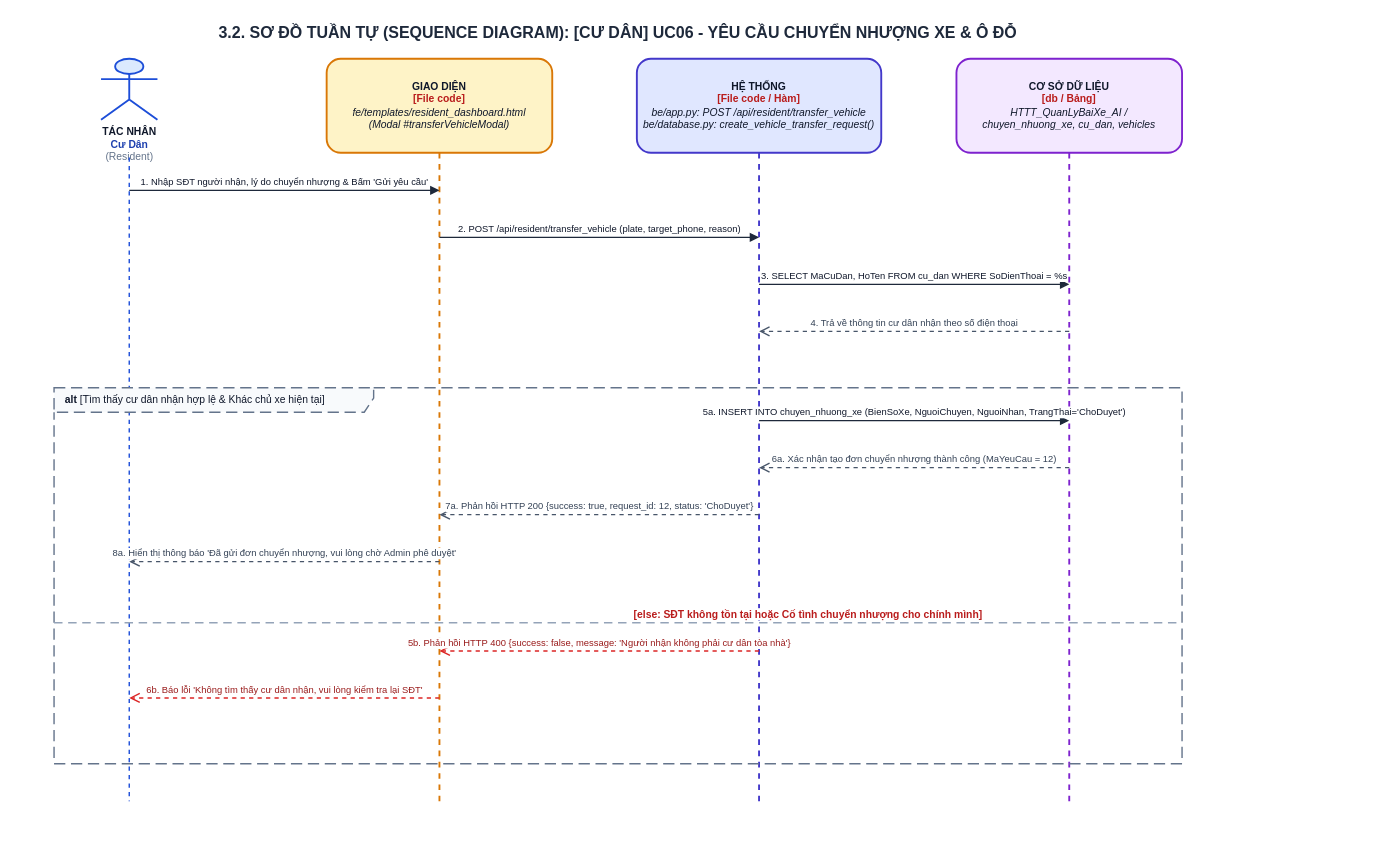
The draw.io diagram ongthanquoctruong_24CT2_cnpm/docs/drawio/uc06_resident_transfer_request.drawio in Truong027/CNPM24, before the edit. Source tidied: cells renumbered, new cells numbered last; positions are measured from the earlier drawing's top-left corner, leaving out a move shared by most shapes. Both pictures are drawn from the tidied source at 94%, with x=0, y=0 at pixel (16, 16).
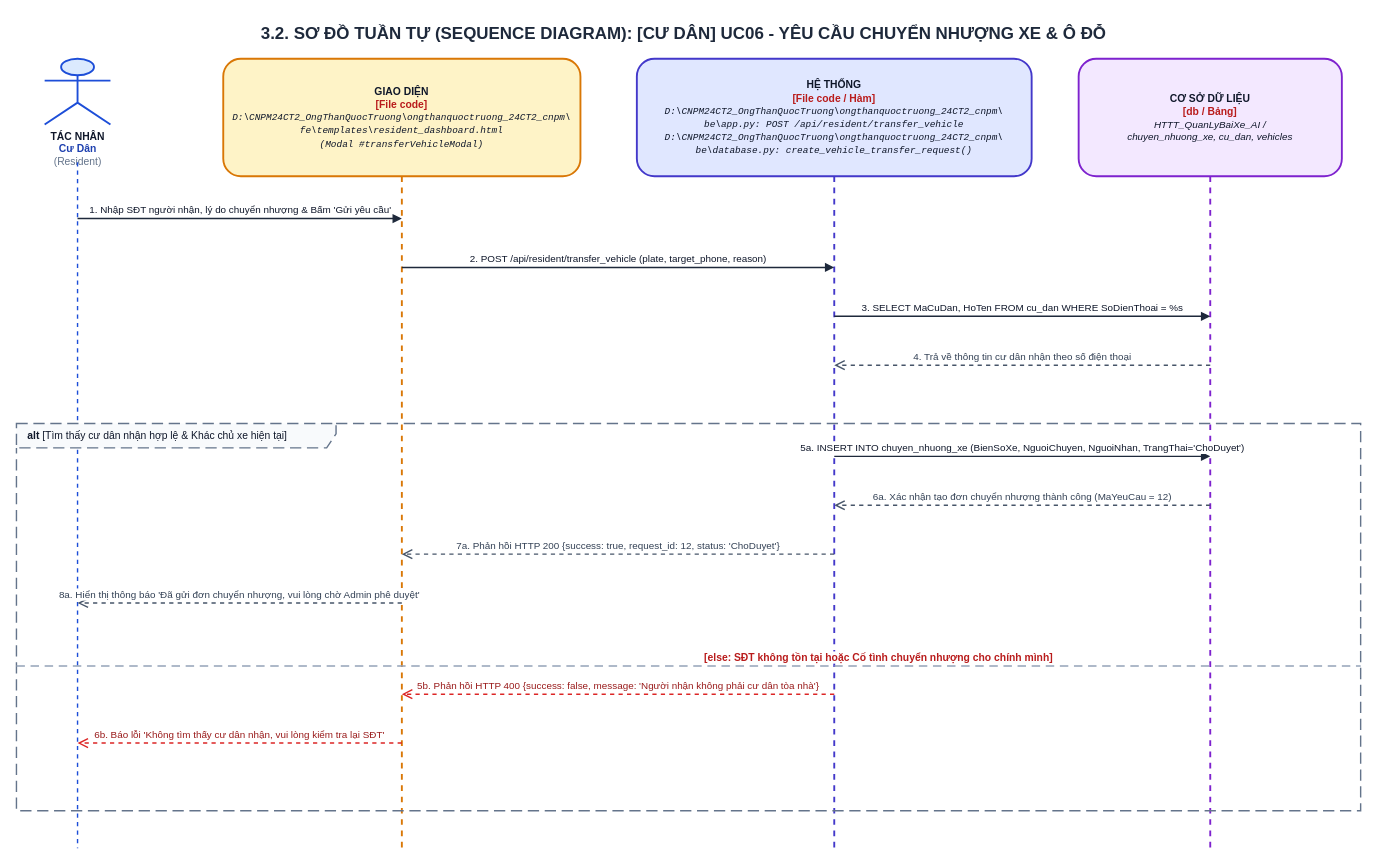
Above is the later version.

What changed in the source:
```diff
@@
-    <mxCell id="2" value="&lt;b&gt;3.2. SƠ ĐỒ TUẦN TỰ (SEQUENCE DIAGRAM): [CƯ DÂN] UC06 - YÊU CẦU CHUYỂN NHƯỢNG XE &amp; Ô ĐỖ&lt;/b&gt;" style="text;html=1;strokeColor=none;fillColor=none;align=center;verticalAlign=middle;whiteSpace=wrap;rounded=0;fontSize=17;fontColor=#1E293B;fontStyle=1;" parent="1" vertex="1">
-      <mxGeometry width="1280" height="35" as="geometry" />
+    <mxCell id="2" value="&lt;b&gt;3.2. SƠ ĐỒ TUẦN TỰ (SEQUENCE DIAGRAM): [CƯ DÂN] UC06 - YÊU CẦU CHUYỂN NHƯỢNG XE &amp; Ô ĐỖ&lt;/b&gt;" style="text;html=1;strokeColor=none;fillColor=none;align=center;verticalAlign=middle;whiteSpace=wrap;rounded=0;fontSize=18;fontColor=#1E293B;fontStyle=1;" parent="1" vertex="1">
+      <mxGeometry width="1420" height="35" as="geometry" />
     </mxCell>
     <mxCell id="3" value="&lt;b&gt;TÁC NHÂN&lt;/b&gt;&lt;br/&gt;&lt;font color='#1E40AF'&gt;&lt;b&gt;Cư Dân&lt;/b&gt;&lt;/font&gt;&lt;br/&gt;&lt;font color='#64748B'&gt;(Resident)&lt;/font&gt;" style="shape=umlActor;verticalLabelPosition=bottom;verticalAlign=top;html=1;fillColor=#DBEAFE;strokeColor=#1D4ED8;strokeWidth=2;fontSize=11;fontColor=#0F172A;align=center;" parent="1" vertex="1">
-      <mxGeometry x="90" y="45" width="60" height="65" as="geometry" />
+      <mxGeometry x="30" y="45" width="70" height="70" as="geometry" />
     </mxCell>
     <mxCell id="4" style="endArrow=none;dashed=1;html=1;strokeWidth=1.5;strokeColor=#1D4ED8;" parent="1" edge="1">
       <mxGeometry relative="1" as="geometry">
-        <mxPoint x="120" y="150" as="sourcePoint" />
-        <mxPoint x="120" y="835" as="targetPoint" />
+        <mxPoint x="65" y="155" as="sourcePoint" />
+        <mxPoint x="65" y="885" as="targetPoint" />
       </mxGeometry>
     </mxCell>
-    <mxCell id="5" value="&lt;b&gt;GIAO DIỆN&lt;/b&gt;&lt;br/&gt;&lt;font color='#B91C1C'&gt;&lt;b&gt;[File code]&lt;/b&gt;&lt;/font&gt;&lt;br/&gt;&lt;i&gt;fe/templates/resident_dashboard.html&lt;br/&gt;(Modal #transferVehicleModal)&lt;/i&gt;" style="shape=umlLifeline;perimeter=lifelinePerimeter;whiteSpace=wrap;html=1;size=100;fillColor=#FEF3C7;strokeColor=#D97706;strokeWidth=2;fontColor=#0F172A;rounded=1;shadow=0;fontSize=11;align=center;" parent="1" vertex="1">
-      <mxGeometry x="330" y="45" width="240" height="790" as="geometry" />
+    <mxCell id="5" value="&lt;b&gt;GIAO DIỆN&lt;/b&gt;&lt;br/&gt;&lt;font color='#B91C1C'&gt;&lt;b&gt;[File code]&lt;/b&gt;&lt;/font&gt;&lt;br/&gt;&lt;font style='font-size: 10px; font-family: Consolas, monospace;'&gt;&lt;i&gt;D:\CNPM24CT2_OngThanQuocTruong\ongthanquoctruong_24CT2_cnpm\&lt;br/&gt;fe\templates\resident_dashboard.html&lt;br/&gt;(Modal #transferVehicleModal)&lt;/i&gt;&lt;/font&gt;" style="shape=umlLifeline;perimeter=lifelinePerimeter;whiteSpace=wrap;html=1;size=125;fillColor=#FEF3C7;strokeColor=#D97706;strokeWidth=2;fontColor=#0F172A;rounded=1;shadow=0;fontSize=11;align=center;" parent="1" vertex="1">
+      <mxGeometry x="220" y="45" width="380" height="840" as="geometry" />
     </mxCell>
-    <mxCell id="6" value="&lt;b&gt;HỆ THỐNG&lt;/b&gt;&lt;br/&gt;&lt;font color='#B91C1C'&gt;&lt;b&gt;[File code / Hàm]&lt;/b&gt;&lt;/font&gt;&lt;br/&gt;&lt;i&gt;be/app.py: POST /api/resident/transfer_vehicle&lt;br/&gt;be/database.py: create_vehicle_transfer_request()&lt;/i&gt;" style="shape=umlLifeline;perimeter=lifelinePerimeter;whiteSpace=wrap;html=1;size=100;fillColor=#E0E7FF;strokeColor=#4338CA;strokeWidth=2;fontColor=#0F172A;rounded=1;shadow=0;fontSize=11;align=center;" parent="1" vertex="1">
-      <mxGeometry x="660" y="45" width="260" height="790" as="geometry" />
+    <mxCell id="6" value="&lt;b&gt;HỆ THỐNG&lt;/b&gt;&lt;br/&gt;&lt;font color='#B91C1C'&gt;&lt;b&gt;[File code / Hàm]&lt;/b&gt;&lt;/font&gt;&lt;br/&gt;&lt;font style='font-size: 10px; font-family: Consolas, monospace;'&gt;&lt;i&gt;D:\CNPM24CT2_OngThanQuocTruong\ongthanquoctruong_24CT2_cnpm\&lt;br/&gt;be\app.py: POST /api/resident/transfer_vehicle&lt;br/&gt;D:\CNPM24CT2_OngThanQuocTruong\ongthanquoctruong_24CT2_cnpm\&lt;br/&gt;be\database.py: create_vehicle_transfer_request()&lt;/i&gt;&lt;/font&gt;" style="shape=umlLifeline;perimeter=lifelinePerimeter;whiteSpace=wrap;html=1;size=125;fillColor=#E0E7FF;strokeColor=#4338CA;strokeWidth=2;fontColor=#0F172A;rounded=1;shadow=0;fontSize=11;align=center;" parent="1" vertex="1">
+      <mxGeometry x="660" y="45" width="420" height="840" as="geometry" />
     </mxCell>
-    <mxCell id="7" value="&lt;b&gt;CƠ SỞ DỮ LIỆU&lt;/b&gt;&lt;br/&gt;&lt;font color='#B91C1C'&gt;&lt;b&gt;[db / Bảng]&lt;/b&gt;&lt;/font&gt;&lt;br/&gt;&lt;i&gt;HTTT_QuanLyBaiXe_AI /&lt;br/&gt;chuyen_nhuong_xe, cu_dan, vehicles&lt;/i&gt;" style="shape=umlLifeline;perimeter=lifelinePerimeter;whiteSpace=wrap;html=1;size=100;fillColor=#F3E8FF;strokeColor=#7E22CE;strokeWidth=2;fontColor=#0F172A;rounded=1;shadow=0;fontSize=11;align=center;" parent="1" vertex="1">
-      <mxGeometry x="1000" y="45" width="240" height="790" as="geometry" />
+    <mxCell id="7" value="&lt;b&gt;CƠ SỞ DỮ LIỆU&lt;/b&gt;&lt;br/&gt;&lt;font color='#B91C1C'&gt;&lt;b&gt;[db / Bảng]&lt;/b&gt;&lt;/font&gt;&lt;br/&gt;&lt;font style='font-size: 10.5px;'&gt;&lt;i&gt;HTTT_QuanLyBaiXe_AI /&lt;br/&gt;chuyen_nhuong_xe, cu_dan, vehicles&lt;/i&gt;&lt;/font&gt;" style="shape=umlLifeline;perimeter=lifelinePerimeter;whiteSpace=wrap;html=1;size=125;fillColor=#F3E8FF;strokeColor=#7E22CE;strokeWidth=2;fontColor=#0F172A;rounded=1;shadow=0;fontSize=11;align=center;" parent="1" vertex="1">
+      <mxGeometry x="1130" y="45" width="280" height="840" as="geometry" />
     </mxCell>
-    <mxCell id="8" value="1. Nhập SĐT người nhận, lý do chuyển nhượng &amp; Bấm 'Gửi yêu cầu'" style="html=1;verticalAlign=bottom;endArrow=block;rounded=0;strokeColor=#1E293B;strokeWidth=1.5;fontColor=#0F172A;fontSize=10;" parent="1" edge="1">
+    <mxCell id="8" value="1. Nhập SĐT người nhận, lý do chuyển nhượng &amp; Bấm 'Gửi yêu cầu'" style="html=1;verticalAlign=bottom;endArrow=block;rounded=0;strokeColor=#1E293B;strokeWidth=1.5;fontColor=#0F172A;fontSize=10.5;" parent="1" edge="1">
       <mxGeometry relative="1" as="geometry">
-        <mxPoint x="120" y="185" as="sourcePoint" />
-        <mxPoint x="450" y="185" as="targetPoint" />
+        <mxPoint x="65" y="215" as="sourcePoint" />
+        <mxPoint x="410" y="215" as="targetPoint" />
       </mxGeometry>
     </mxCell>
-    <mxCell id="9" value="2. POST /api/resident/transfer_vehicle (plate, target_phone, reason)" style="html=1;verticalAlign=bottom;endArrow=block;rounded=0;strokeColor=#1E293B;strokeWidth=1.5;fontColor=#0F172A;fontSize=10;" parent="1" edge="1">
+    <mxCell id="9" value="2. POST /api/resident/transfer_vehicle (plate, target_phone, reason)" style="html=1;verticalAlign=bottom;endArrow=block;rounded=0;strokeColor=#1E293B;strokeWidth=1.5;fontColor=#0F172A;fontSize=10.5;" parent="1" edge="1">
       <mxGeometry relative="1" as="geometry">
-        <mxPoint x="450" y="235" as="sourcePoint" />
-        <mxPoint x="790" y="235" as="targetPoint" />
+        <mxPoint x="410" y="267" as="sourcePoint" />
+        <mxPoint x="870" y="267" as="targetPoint" />
       </mxGeometry>
     </mxCell>
-    <mxCell id="10" value="3. SELECT MaCuDan, HoTen FROM cu_dan WHERE SoDienThoai = %s" style="html=1;verticalAlign=bottom;endArrow=block;rounded=0;strokeColor=#1E293B;strokeWidth=1.5;fontColor=#0F172A;fontSize=10;" parent="1" edge="1">
+    <mxCell id="10" value="3. SELECT MaCuDan, HoTen FROM cu_dan WHERE SoDienThoai = %s" style="html=1;verticalAlign=bottom;endArrow=block;rounded=0;strokeColor=#1E293B;strokeWidth=1.5;fontColor=#0F172A;fontSize=10.5;" parent="1" edge="1">
       <mxGeometry relative="1" as="geometry">
-        <mxPoint x="790" y="285" as="sourcePoint" />
-        <mxPoint x="1120" y="285" as="targetPoint" />
+        <mxPoint x="870" y="319" as="sourcePoint" />
+        <mxPoint x="1270" y="319" as="targetPoint" />
       </mxGeometry>
     </mxCell>
-    <mxCell id="11" value="4. Trả về thông tin cư dân nhận theo số điện thoại" style="html=1;verticalAlign=bottom;endArrow=open;dashed=1;endSize=8;rounded=0;strokeColor=#475569;strokeWidth=1.5;fontColor=#334155;fontSize=10;" parent="1" edge="1">
+    <mxCell id="11" value="4. Trả về thông tin cư dân nhận theo số điện thoại" style="html=1;verticalAlign=bottom;endArrow=open;dashed=1;endSize=8;rounded=0;strokeColor=#475569;strokeWidth=1.5;fontColor=#334155;fontSize=10.5;" parent="1" edge="1">
       <mxGeometry relative="1" as="geometry">
-        <mxPoint x="1120" y="335" as="sourcePoint" />
-        <mxPoint x="790" y="335" as="targetPoint" />
+        <mxPoint x="1270" y="371" as="sourcePoint" />
+        <mxPoint x="870" y="371" as="targetPoint" />
       </mxGeometry>
     </mxCell>
     <mxCell id="12" value="&lt;b&gt;alt&lt;/b&gt; [Tìm thấy cư dân nhận hợp lệ &amp; Khác chủ xe hiện tại]" style="shape=umlFrame;whiteSpace=wrap;html=1;width=340;height=26;dashed=1;dashPattern=8 4;strokeColor=#64748B;fillColor=#F8FAFC;strokeWidth=1.5;align=left;spacingLeft=10;verticalAlign=top;fontStyle=0;fontSize=11;fontColor=#0F172A;" parent="1" vertex="1">
-      <mxGeometry x="40" y="395" width="1200" height="400" as="geometry" />
+      <mxGeometry y="433" width="1430" height="412" as="geometry" />
     </mxCell>
-    <mxCell id="13" value="5a. INSERT INTO chuyen_nhuong_xe (BienSoXe, NguoiChuyen, NguoiNhan, TrangThai='ChoDuyet')" style="html=1;verticalAlign=bottom;endArrow=block;rounded=0;strokeColor=#1E293B;strokeWidth=1.5;fontColor=#0F172A;fontSize=10;" parent="1" edge="1">
+    <mxCell id="13" value="5a. INSERT INTO chuyen_nhuong_xe (BienSoXe, NguoiChuyen, NguoiNhan, TrangThai='ChoDuyet')" style="html=1;verticalAlign=bottom;endArrow=block;rounded=0;strokeColor=#1E293B;strokeWidth=1.5;fontColor=#0F172A;fontSize=10.5;" parent="1" edge="1">
       <mxGeometry relative="1" as="geometry">
-        <mxPoint x="790" y="430" as="sourcePoint" />
-        <mxPoint x="1120" y="430" as="targetPoint" />
+        <mxPoint x="870" y="468" as="sourcePoint" />
+        <mxPoint x="1270" y="468" as="targetPoint" />
       </mxGeometry>
     </mxCell>
-    <mxCell id="14" value="6a. Xác nhận tạo đơn chuyển nhượng thành công (MaYeuCau = 12)" style="html=1;verticalAlign=bottom;endArrow=open;dashed=1;endSize=8;rounded=0;strokeColor=#475569;strokeWidth=1.5;fontColor=#334155;fontSize=10;" parent="1" edge="1">
+    <mxCell id="14" value="6a. Xác nhận tạo đơn chuyển nhượng thành công (MaYeuCau = 12)" style="html=1;verticalAlign=bottom;endArrow=open;dashed=1;endSize=8;rounded=0;strokeColor=#475569;strokeWidth=1.5;fontColor=#334155;fontSize=10.5;" parent="1" edge="1">
       <mxGeometry relative="1" as="geometry">
-        <mxPoint x="1120" y="480" as="sourcePoint" />
-        <mxPoint x="790" y="480" as="targetPoint" />
+        <mxPoint x="1270" y="520" as="sourcePoint" />
+        <mxPoint x="870" y="520" as="targetPoint" />
       </mxGeometry>
     </mxCell>
-    <mxCell id="15" value="7a. Phản hồi HTTP 200 {success: true, request_id: 12, status: 'ChoDuyet'}" style="html=1;verticalAlign=bottom;endArrow=open;dashed=1;endSize=8;rounded=0;strokeColor=#475569;strokeWidth=1.5;fontColor=#334155;fontSize=10;" parent="1" edge="1">
+    <mxCell id="15" value="7a. Phản hồi HTTP 200 {success: true, request_id: 12, status: 'ChoDuyet'}" style="html=1;verticalAlign=bottom;endArrow=open;dashed=1;endSize=8;rounded=0;strokeColor=#475569;strokeWidth=1.5;fontColor=#334155;fontSize=10.5;" parent="1" edge="1">
       <mxGeometry relative="1" as="geometry">
-        <mxPoint x="790" y="530" as="sourcePoint" />
-        <mxPoint x="450" y="530" as="targetPoint" />
+        <mxPoint x="870" y="572" as="sourcePoint" />
+        <mxPoint x="410" y="572" as="targetPoint" />
       </mxGeometry>
     </mxCell>
-    <mxCell id="16" value="8a. Hiển thị thông báo 'Đã gửi đơn chuyển nhượng, vui lòng chờ Admin phê duyệt'" style="html=1;verticalAlign=bottom;endArrow=open;dashed=1;endSize=8;rounded=0;strokeColor=#475569;strokeWidth=1.5;fontColor=#334155;fontSize=10;" parent="1" edge="1">
+    <mxCell id="16" value="8a. Hiển thị thông báo 'Đã gửi đơn chuyển nhượng, vui lòng chờ Admin phê duyệt'" style="html=1;verticalAlign=bottom;endArrow=open;dashed=1;endSize=8;rounded=0;strokeColor=#475569;strokeWidth=1.5;fontColor=#334155;fontSize=10.5;" parent="1" edge="1">
       <mxGeometry relative="1" as="geometry">
-        <mxPoint x="450" y="580" as="sourcePoint" />
-        <mxPoint x="120" y="580" as="targetPoint" />
+        <mxPoint x="410" y="624" as="sourcePoint" />
+        <mxPoint x="65" y="624" as="targetPoint" />
       </mxGeometry>
     </mxCell>
     <mxCell id="17" value="&lt;b&gt;[else: SĐT không tồn tại hoặc Cố tình chuyển nhượng cho chính mình]&lt;/b&gt;" style="html=1;strokeWidth=1.5;strokeColor=#94A3B8;dashed=1;dashPattern=6 4;endArrow=none;align=left;verticalAlign=bottom;spacingLeft=15;fontColor=#B91C1C;fontSize=11;fontStyle=0;" parent="1" edge="1">
       <mxGeometry relative="1" as="geometry">
-        <mxPoint x="40" y="645" as="sourcePoint" />
-        <mxPoint x="1240" y="645" as="targetPoint" />
+        <mxPoint y="691" as="sourcePoint" />
+        <mxPoint x="1430" y="691" as="targetPoint" />
       </mxGeometry>
     </mxCell>
-    <mxCell id="18" value="5b. Phản hồi HTTP 400 {success: false, message: 'Người nhận không phải cư dân tòa nhà'}" style="html=1;verticalAlign=bottom;endArrow=open;dashed=1;endSize=8;rounded=0;strokeColor=#DC2626;strokeWidth=1.5;fontColor=#991B1B;fontSize=10;" parent="1" edge="1">
+    <mxCell id="18" value="5b. Phản hồi HTTP 400 {success: false, message: 'Người nhận không phải cư dân tòa nhà'}" style="html=1;verticalAlign=bottom;endArrow=open;dashed=1;endSize=8;rounded=0;strokeColor=#DC2626;strokeWidth=1.5;fontColor=#991B1B;fontSize=10.5;" parent="1" edge="1">
       <mxGeometry relative="1" as="geometry">
-        <mxPoint x="790" y="675" as="sourcePoint" />
-        <mxPoint x="450" y="675" as="targetPoint" />
+        <mxPoint x="870" y="721" as="sourcePoint" />
+        <mxPoint x="410" y="721" as="targetPoint" />
       </mxGeometry>
     </mxCell>
-    <mxCell id="19" value="6b. Báo lỗi 'Không tìm thấy cư dân nhận, vui lòng kiểm tra lại SĐT'" style="html=1;verticalAlign=bottom;endArrow=open;dashed=1;endSize=8;rounded=0;strokeColor=#DC2626;strokeWidth=1.5;fontColor=#991B1B;fontSize=10;" parent="1" edge="1">
+    <mxCell id="19" value="6b. Báo lỗi 'Không tìm thấy cư dân nhận, vui lòng kiểm tra lại SĐT'" style="html=1;verticalAlign=bottom;endArrow=open;dashed=1;endSize=8;rounded=0;strokeColor=#DC2626;strokeWidth=1.5;fontColor=#991B1B;fontSize=10.5;" parent="1" edge="1">
       <mxGeometry relative="1" as="geometry">
-        <mxPoint x="450" y="725" as="sourcePoint" />
-        <mxPoint x="120" y="725" as="targetPoint" />
+        <mxPoint x="410" y="773" as="sourcePoint" />
+        <mxPoint x="65" y="773" as="targetPoint" />
       </mxGeometry>
     </mxCell>
```
